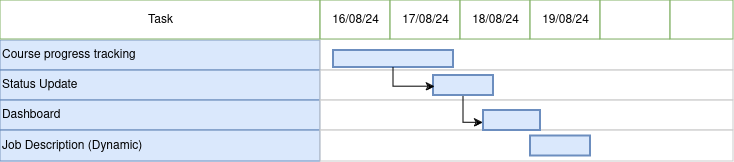
Meharaj-thoufik/Quality-Candidate-Recruit keeps this draw.io diagram as timeline/Untitled Diagram.drawio.png. Above is the earlier version. Source tidied: cells renumbered, new cells last; positions are measured from the earlier drawing's top-left corner, leaving out a move shared by most shapes.
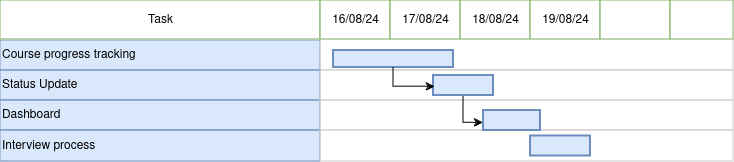
The same file after the commit.

The edit, as a diff of the source:
```diff
@@ -35,7 +35,7 @@
     <mxCell id="12" value="Dashboard " style="align=left;strokeColor=#6c8ebf;html=1;fillColor=#dae8fc;" parent="1" vertex="1">
       <mxGeometry y="100" width="320" height="30" as="geometry" />
     </mxCell>
-    <mxCell id="13" value="Job Description (Dynamic)" style="align=left;strokeColor=#6c8ebf;html=1;fillColor=#dae8fc;" parent="1" vertex="1">
+    <mxCell id="13" value="Interview process" style="align=left;strokeColor=#6c8ebf;html=1;fillColor=#dae8fc;" parent="1" vertex="1">
       <mxGeometry y="130" width="320" height="31" as="geometry" />
     </mxCell>
     <mxCell id="14" style="align=left;strokeColor=#CCCCCC;html=1;" parent="1" vertex="1">
```
